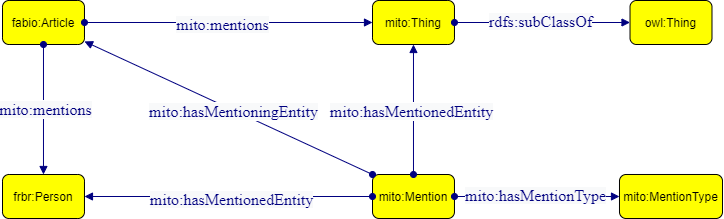
This is iteration1/modelet1.drawio.png from matteo-guenci/MiTO, a draw.io export, as it was before one commit. Source tidied: cells renumbered, new cells last; positions are measured from the earlier drawing's top-left corner, leaving out a move shared by most shapes.
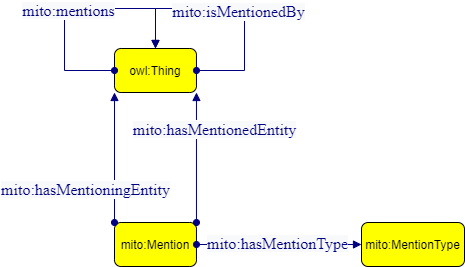
Later version of the same file.

The edit, as a diff of the source:
```diff
@@ -2,61 +2,42 @@
   <root>
     <mxCell id="0" />
     <mxCell id="1" parent="0" />
-    <mxCell id="2" value="frbr:Person" style="graphMlID=n4;shape=rect;rounded=1;arcsize=30;fillColor=#ffff00;strokeColor=#000000;strokeWidth=1.0;" parent="1" vertex="1">
-      <mxGeometry y="174" width="82" height="44" as="geometry" />
-    </mxCell>
     <mxCell id="3" value="mito:Mention" style="graphMlID=n4;shape=rect;rounded=1;arcsize=30;fillColor=#ffff00;strokeColor=#000000;strokeWidth=1.0;" parent="1" vertex="1">
       <mxGeometry x="370" y="174" width="82" height="44" as="geometry" />
     </mxCell>
-    <mxCell id="4" value="mito:Thing" style="graphMlID=n4;shape=rect;rounded=1;arcsize=30;fillColor=#ffff00;strokeColor=#000000;strokeWidth=1.0;" parent="1" vertex="1">
+    <mxCell id="4" value="owl:Thing" style="graphMlID=n4;shape=rect;rounded=1;arcsize=30;fillColor=#ffff00;strokeColor=#000000;strokeWidth=1.0;" parent="1" vertex="1">
       <mxGeometry x="370" width="82" height="44" as="geometry" />
     </mxCell>
-    <mxCell id="5" value="fabio:Article" style="graphMlID=n4;shape=rect;rounded=1;arcsize=30;fillColor=#ffff00;strokeColor=#000000;strokeWidth=1.0;" parent="1" vertex="1">
-      <mxGeometry width="82" height="44" as="geometry" />
-    </mxCell>
-    <mxCell id="6" style="graphMlID=e0;rounded=0;endArrow=block;strokeColor=#000080;strokeWidth=1.0;startArrow=oval;startFill=1;endFill=1;exitX=0;exitY=0;exitDx=0;exitDy=0;" parent="1" edge="1" source="3" target="5">
+    <mxCell id="6" style="graphMlID=e0;rounded=0;endArrow=block;strokeColor=#000080;strokeWidth=1.0;startArrow=oval;startFill=1;endFill=1;exitX=0;exitY=0;exitDx=0;exitDy=0;entryX=0;entryY=1;entryDx=0;entryDy=0;" parent="1" edge="1" source="3" target="4">
       <mxGeometry relative="1" as="geometry" />
     </mxCell>
     <mxCell id="7" value="&lt;span style=&quot;color: rgb(0 , 0 , 128) ; font-family: &amp;quot;dialog&amp;quot; ; font-size: 16px ; background-color: rgb(248 , 249 , 250)&quot;&gt;mito:hasMentioningEntity&lt;/span&gt;" style="text;html=1;align=center;verticalAlign=middle;labelBackgroundColor=#ffffff;" parent="6" vertex="1">
       <mxGeometry x="-0.02" y="2" relative="1" as="geometry">
-        <mxPoint x="3" as="offset" />
+        <mxPoint x="-28" y="30" as="offset" />
       </mxGeometry>
     </mxCell>
-    <mxCell id="8" style="graphMlID=e0;rounded=0;endArrow=block;strokeColor=#000080;strokeWidth=1.0;startArrow=oval;startFill=1;endFill=1;entryX=0.5;entryY=1;entryDx=0;entryDy=0;exitX=0.5;exitY=0;exitDx=0;exitDy=0;" parent="1" edge="1" source="3" target="4">
+    <mxCell id="8" style="graphMlID=e0;rounded=0;endArrow=block;strokeColor=#000080;strokeWidth=1.0;startArrow=oval;startFill=1;endFill=1;entryX=1;entryY=1;entryDx=0;entryDy=0;exitX=1;exitY=0;exitDx=0;exitDy=0;" parent="1" edge="1" source="3" target="4">
       <mxGeometry relative="1" as="geometry" />
     </mxCell>
     <mxCell id="9" value="&lt;font face=&quot;dialog&quot; color=&quot;#000080&quot;&gt;&lt;span style=&quot;font-size: 16px; background-color: rgb(248, 249, 250);&quot;&gt;mito:hasMentionedEntity&lt;/span&gt;&lt;/font&gt;" style="text;html=1;align=center;verticalAlign=middle;labelBackgroundColor=#ffffff;" parent="8" vertex="1">
-      <mxGeometry x="-0.02" y="2" relative="1" as="geometry" />
+      <mxGeometry x="-0.02" y="2" relative="1" as="geometry">
+        <mxPoint x="20" y="-30" as="offset" />
+      </mxGeometry>
     </mxCell>
-    <mxCell id="10" style="graphMlID=e0;rounded=0;endArrow=block;strokeColor=#000080;strokeWidth=1.0;startArrow=oval;startFill=1;endFill=1;exitX=1;exitY=0.5;exitDx=0;exitDy=0;" parent="1" edge="1" source="5" target="4">
-      <mxGeometry relative="1" as="geometry" />
+    <mxCell id="10" style="graphMlID=e0;rounded=0;endArrow=block;strokeColor=#000080;strokeWidth=1.0;startArrow=oval;startFill=1;endFill=1;exitX=0;exitY=0.5;exitDx=0;exitDy=0;entryX=0.5;entryY=0;entryDx=0;entryDy=0;" parent="1" edge="1" source="4" target="4">
+      <mxGeometry relative="1" as="geometry">
+        <Array as="points">
+          <mxPoint x="320" y="22" />
+          <mxPoint x="320" y="-40" />
+          <mxPoint x="411" y="-40" />
+        </Array>
+      </mxGeometry>
     </mxCell>
     <mxCell id="11" value="&lt;span style=&quot;color: rgb(0 , 0 , 128) ; font-family: &amp;quot;dialog&amp;quot; ; font-size: 16px ; background-color: rgb(248 , 249 , 250)&quot;&gt;mito:mentions&lt;/span&gt;" style="text;html=1;align=center;verticalAlign=middle;labelBackgroundColor=#ffffff;" parent="10" vertex="1">
       <mxGeometry x="-0.02" y="2" relative="1" as="geometry">
         <mxPoint x="-4" y="3" as="offset" />
       </mxGeometry>
     </mxCell>
-    <mxCell id="12" style="graphMlID=e0;rounded=0;endArrow=block;strokeColor=#000080;strokeWidth=1.0;startArrow=oval;startFill=1;endFill=1;exitX=0.5;exitY=1;exitDx=0;exitDy=0;entryX=0.5;entryY=0;entryDx=0;entryDy=0;" parent="1" edge="1" source="5" target="2">
-      <mxGeometry relative="1" as="geometry" />
-    </mxCell>
-    <mxCell id="13" value="&lt;span style=&quot;color: rgb(0 , 0 , 128) ; font-family: &amp;quot;dialog&amp;quot; ; font-size: 16px ; background-color: rgb(248 , 249 , 250)&quot;&gt;mito:mentions&lt;/span&gt;" style="text;html=1;align=center;verticalAlign=middle;labelBackgroundColor=#ffffff;" parent="12" vertex="1">
-      <mxGeometry x="-0.02" y="2" relative="1" as="geometry" />
-    </mxCell>
-    <mxCell id="14" style="graphMlID=e0;rounded=0;endArrow=block;strokeColor=#000080;strokeWidth=1.0;startArrow=oval;startFill=1;endFill=1;entryX=1;entryY=0.5;entryDx=0;entryDy=0;exitX=0;exitY=0.5;exitDx=0;exitDy=0;" parent="1" edge="1" source="3" target="2">
-      <mxGeometry relative="1" as="geometry" />
-    </mxCell>
-    <mxCell id="15" value="&lt;span style=&quot;color: rgb(0, 0, 128); font-family: dialog; font-size: 16px; background-color: rgb(248, 249, 250);&quot;&gt;mito:hasMentionedEntity&lt;/span&gt;" style="text;html=1;align=center;verticalAlign=middle;labelBackgroundColor=#ffffff;" parent="14" vertex="1">
-      <mxGeometry x="-0.02" y="2" relative="1" as="geometry" />
-    </mxCell>
-    <mxCell id="16" style="graphMlID=e0;rounded=0;endArrow=block;strokeColor=#000080;strokeWidth=1.0;startArrow=oval;startFill=1;endFill=1;exitX=1;exitY=0.5;exitDx=0;exitDy=0;entryX=0;entryY=0.5;entryDx=0;entryDy=0;" parent="1" edge="1" source="4" target="18">
-      <mxGeometry relative="1" as="geometry" />
-    </mxCell>
-    <mxCell id="17" value="&lt;span style=&quot;color: rgb(0 , 0 , 128) ; font-family: &amp;quot;dialog&amp;quot; ; font-size: 16px ; background-color: rgb(248 , 249 , 250)&quot;&gt;rdfs:subClassOf&lt;/span&gt;" style="text;html=1;align=center;verticalAlign=middle;labelBackgroundColor=#ffffff;" parent="16" vertex="1">
-      <mxGeometry x="-0.02" y="2" relative="1" as="geometry" />
-    </mxCell>
-    <mxCell id="18" value="owl:Thing" style="graphMlID=n4;shape=rect;rounded=1;arcsize=30;fillColor=#ffff00;strokeColor=#000000;strokeWidth=1.0;" parent="1" vertex="1">
-      <mxGeometry x="627.5" width="82" height="44" as="geometry" />
-    </mxCell>
     <mxCell id="19" style="graphMlID=e0;rounded=0;endArrow=block;strokeColor=#000080;strokeWidth=1.0;startArrow=oval;startFill=1;endFill=1;exitX=1;exitY=0.5;exitDx=0;exitDy=0;entryX=0;entryY=0.5;entryDx=0;entryDy=0;" parent="1" edge="1" source="3" target="21">
       <mxGeometry relative="1" as="geometry" />
     </mxCell>
@@ -66,5 +47,17 @@
     <mxCell id="21" value="mito:MentionType" style="graphMlID=n4;shape=rect;rounded=1;arcsize=30;fillColor=#ffff00;strokeColor=#000000;strokeWidth=1.0;" parent="1" vertex="1">
       <mxGeometry x="617" y="174" width="103" height="44" as="geometry" />
     </mxCell>
+    <mxCell id="22" style="graphMlID=e0;rounded=0;endArrow=block;strokeColor=#000080;strokeWidth=1.0;startArrow=oval;startFill=1;endFill=1;exitX=1;exitY=0.5;exitDx=0;exitDy=0;entryX=0.5;entryY=0;entryDx=0;entryDy=0;" parent="1" edge="1" source="4" target="4">
+      <mxGeometry relative="1" as="geometry">
+        <Array as="points">
+          <mxPoint x="500" y="22" />
+          <mxPoint x="500" y="-40" />
+          <mxPoint x="411" y="-40" />
+        </Array>
+      </mxGeometry>
+    </mxCell>
+    <mxCell id="23" value="&lt;span style=&quot;color: rgb(0 , 0 , 128) ; font-family: &amp;quot;dialog&amp;quot; ; font-size: 16px ; background-color: rgb(248 , 249 , 250)&quot;&gt;mito:isMentionedBy&lt;/span&gt;" style="text;html=1;align=center;verticalAlign=middle;labelBackgroundColor=#ffffff;" parent="22" vertex="1">
+      <mxGeometry x="-0.02" y="2" relative="1" as="geometry" />
+    </mxCell>
   </root>
 </mxGraphModel>
```
